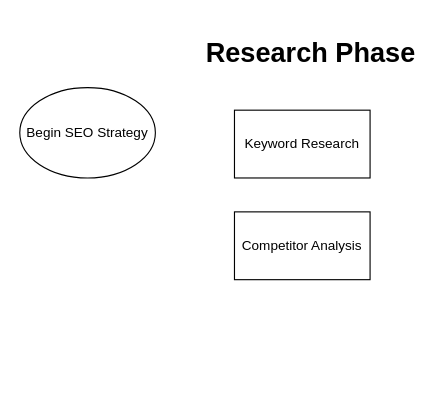
uxillary/mypractice keeps this draw.io diagram as SEO-flow1.drawio. Above is the earlier version. Source tidied: cells renumbered, new cells numbered last; positions are measured from the earlier drawing's top-left corner, leaving out a move shared by most shapes. Both pictures are drawn from the tidied source at 113%, with x=0, y=0 at pixel (19, 31).
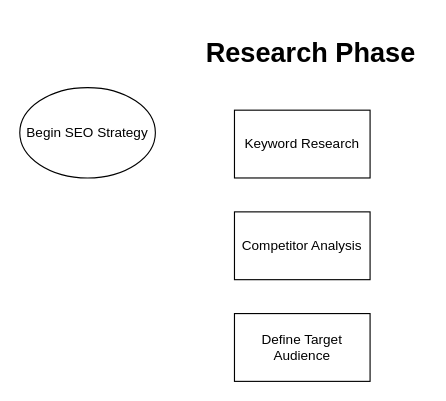
Above is the later version.

What changed in the source:
```diff
@@
 <mxGraphModel>
   <root>
     <mxCell id="0" />
     <mxCell id="1" parent="0" />
     <mxCell id="2" value="Begin SEO Strategy" style="ellipse;whiteSpace=wrap;html=1;" parent="1" vertex="1">
       <mxGeometry y="50" width="120" height="80" as="geometry" />
     </mxCell>
     <mxCell id="3" value="&lt;h1&gt;Research Phase&lt;/h1&gt;" style="text;html=1;spacing=5;spacingTop=-20;whiteSpace=wrap;overflow=hidden;rounded=0;" parent="1" vertex="1">
       <mxGeometry x="160" width="200" height="40" as="geometry" />
     </mxCell>
     <mxCell id="4" value="Keyword Research" style="rounded=0;whiteSpace=wrap;html=1;" parent="1" vertex="1">
       <mxGeometry x="190" y="70" width="120" height="60" as="geometry" />
     </mxCell>
     <mxCell id="5" value="Competitor Analysis" style="rounded=0;whiteSpace=wrap;html=1;" parent="1" vertex="1">
       <mxGeometry x="190" y="160" width="120" height="60" as="geometry" />
     </mxCell>
+    <mxCell id="6" value="Define Target Audience" style="rounded=0;whiteSpace=wrap;html=1;" parent="1" vertex="1">
+      <mxGeometry x="190" y="250" width="120" height="60" as="geometry" />
+    </mxCell>
   </root>
 </mxGraphModel>
```
